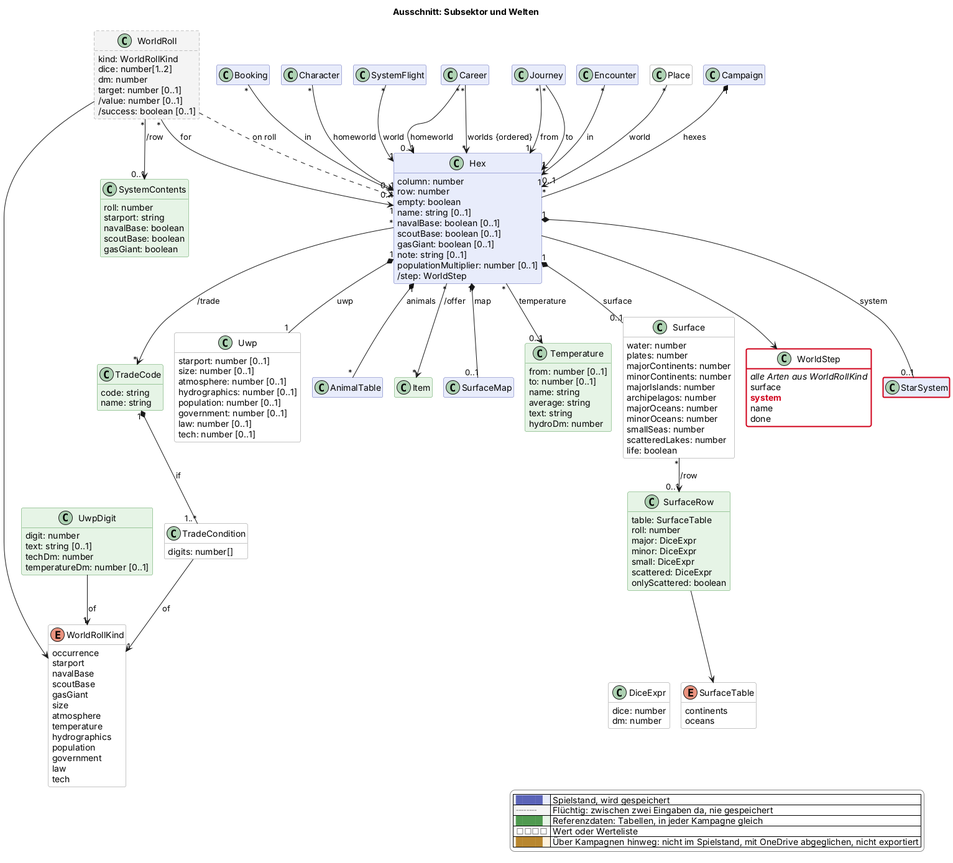
This is docs/views/sektor.png from scuzzar/SRE, a PlantUML export, as it was before one commit.
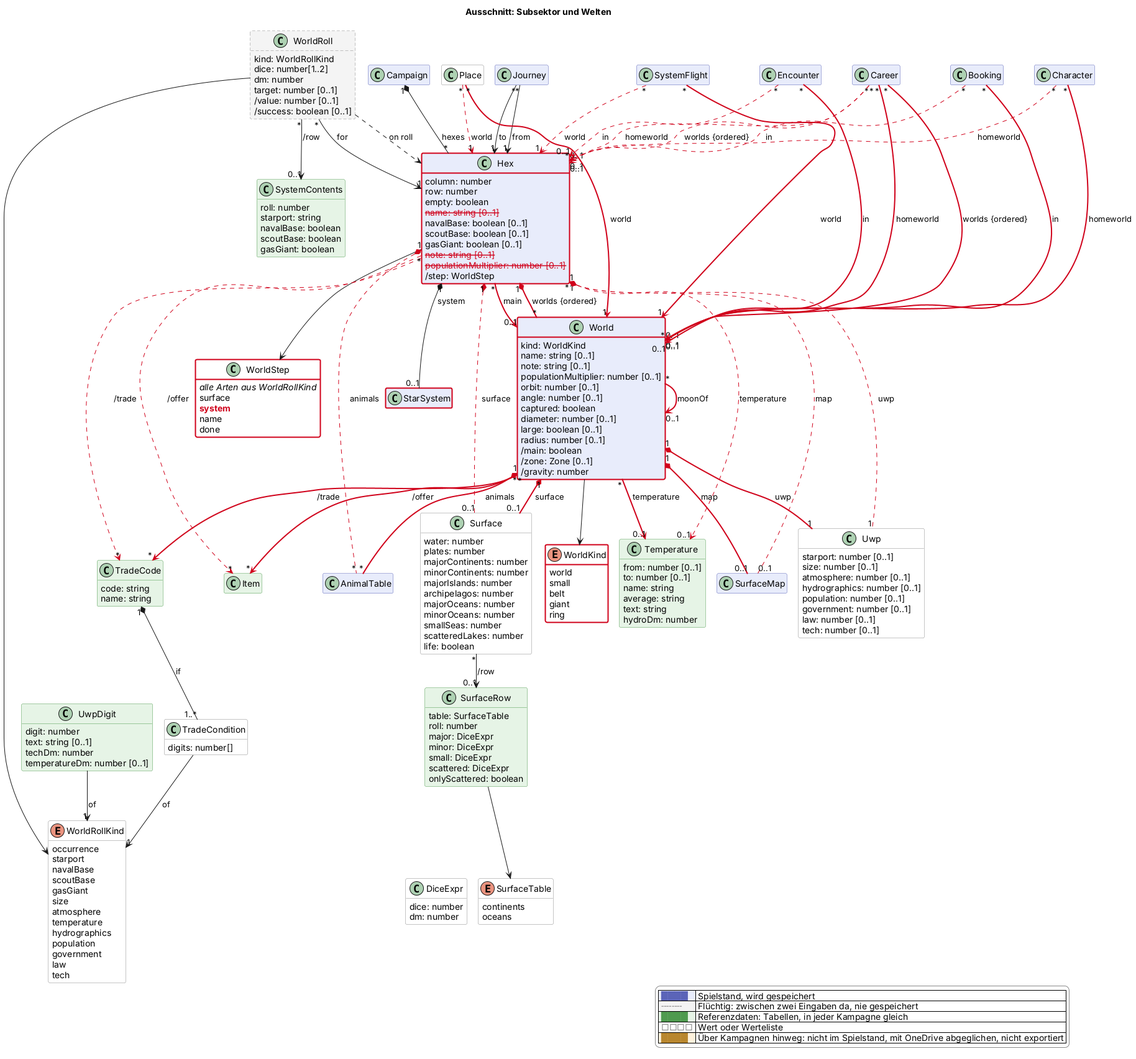
The same diagram one commit later.

What changed in the source:
```diff
@@ -83,13 +83,35 @@
     column: number
     row: number
     empty: boolean
-    name: string [0..1]
+    $gone("2026-11-20b", "name: string [0..1]")
     navalBase: boolean [0..1]
     scoutBase: boolean [0..1]
     gasGiant: boolean [0..1]
+    $gone("2026-11-20b", "note: string [0..1]")
+    $gone("2026-11-20b", "populationMultiplier: number [0..1]")
+    /step: WorldStep
+  }
+  class World $sektor $newClass("2026-11-20b") {
+    kind: WorldKind
+    name: string [0..1]
     note: string [0..1]
     populationMultiplier: number [0..1]
-    /step: WorldStep
+    orbit: number [0..1]
+    angle: number [0..1]
+    captured: boolean
+    diameter: number [0..1]
+    large: boolean [0..1]
+    radius: number [0..1]
+    /main: boolean
+    /zone: Zone [0..1]
+    /gravity: number
+  }
+  enum WorldKind <<value>> $sektor $newClass("2026-11-20b") {
+    world
+    small
+    belt
+    giant
+    ring
   }
   class Uwp <<value>> $sektor {
     starport: number [0..1]
@@ -201,31 +223,46 @@
     done
   }
 
-Booking "*" --> "0..1" Hex : in
+Booking "*" -$goneArrow("2026-11-20b")-> "0..1" Hex : in
+Booking "*" -$newArrow("2026-11-20b")-> "0..1" World : in
 
 
-SystemFlight "*" --> "1" Hex : world
+SystemFlight "*" -$goneArrow("2026-11-20b")-> "1" Hex : world
+SystemFlight "*" -$newArrow("2026-11-20b")-> "1" World : world
 Hex "1" *-- "0..1" StarSystem : system
+Hex "1" *-$newArrow("2026-11-20b")- "*" World : worlds {ordered}
+Hex "*" -$newArrow("2026-11-20b")-> "0..1" World : main
+World "*" -$newArrow("2026-11-20b")-> "0..1" World : moonOf
+World --> WorldKind
 
 Journey "*" --> "1" Hex : from
 Journey "*" --> "1" Hex : to
 
-Career "*" --> "0..1" Hex : homeworld
-Career "*" --> "*" Hex : worlds {ordered}
-Character "*" --> "0..1" Hex : homeworld
+Career "*" -$goneArrow("2026-11-20b")-> "0..1" Hex : homeworld
+Career "*" -$newArrow("2026-11-20b")-> "0..1" World : homeworld
+Career "*" -$goneArrow("2026-11-20b")-> "*" Hex : worlds {ordered}
+Career "*" -$newArrow("2026-11-20b")-> "*" World : worlds {ordered}
+Character "*" -$goneArrow("2026-11-20b")-> "0..1" Hex : homeworld
+Character "*" -$newArrow("2026-11-20b")-> "0..1" World : homeworld
 
 
 Campaign "1" *-- "*" Hex : hexes
-Hex "1" *-- "1" Uwp : uwp
+Hex "1" *-$goneArrow("2026-11-20b")- "1" Uwp : uwp
+World "1" *-$newArrow("2026-11-20b")- "1" Uwp : uwp
 Hex --> WorldStep
 WorldRoll "*" --> "1" Hex : for
 WorldRoll ..> Hex : on roll
-Hex "*" --> "*" TradeCode : /trade
-Hex "*" --> "0..1" Temperature : temperature
-Hex "1" *-- "0..1" Surface : surface
+Hex "*" -$goneArrow("2026-11-20b")-> "*" TradeCode : /trade
+World "*" -$newArrow("2026-11-20b")-> "*" TradeCode : /trade
+Hex "*" -$goneArrow("2026-11-20b")-> "0..1" Temperature : temperature
+World "*" -$newArrow("2026-11-20b")-> "0..1" Temperature : temperature
+Hex "1" *-$goneArrow("2026-11-20b")- "0..1" Surface : surface
+World "1" *-$newArrow("2026-11-20b")- "0..1" Surface : surface
 Surface "*" --> "0..1" SurfaceRow : /row
-Hex "1" *-- "0..1" SurfaceMap : map
-Place "*" --> "1" Hex : world
+Hex "1" *-$goneArrow("2026-11-20b")- "0..1" SurfaceMap : map
+World "1" *-$newArrow("2026-11-20b")- "0..1" SurfaceMap : map
+Place "*" -$goneArrow("2026-11-20b")-> "1" Hex : world
+Place "*" -$newArrow("2026-11-20b")-> "1" World : world
 SurfaceRow --> SurfaceTable
 SurfaceRow -[hidden]- DiceExpr
 WorldRoll --> WorldRollKind
@@ -235,13 +272,16 @@
 TradeCondition --> "1" WorldRollKind : of
 
 
-Hex "*" --> "*" Item : /offer
+Hex "*" -$goneArrow("2026-11-20b")-> "*" Item : /offer
+World "*" -$newArrow("2026-11-20b")-> "*" Item : /offer
 
 
 
 
-Hex "1" *-- "*" AnimalTable : animals
-Encounter "*" --> "0..1" Hex : in
+Hex "1" *-$goneArrow("2026-11-20b")- "*" AnimalTable : animals
+World "1" *-$newArrow("2026-11-20b")- "*" AnimalTable : animals
+Encounter "*" -$goneArrow("2026-11-20b")-> "0..1" Hex : in
+Encounter "*" -$newArrow("2026-11-20b")-> "0..1" World : in
 
 
 
@@ -253,5 +293,6 @@
   |<#fdf1dc> <color:#b8862e>████</color> | Über Kampagnen hinweg: nicht im Spielstand, mit OneDrive abgeglichen, nicht exportiert |
 endlegend
 class StarSystem #line:d0021b;line.bold
+class Hex #line:d0021b;line.bold
 class WorldStep #line:d0021b;line.bold
 @enduml
```
